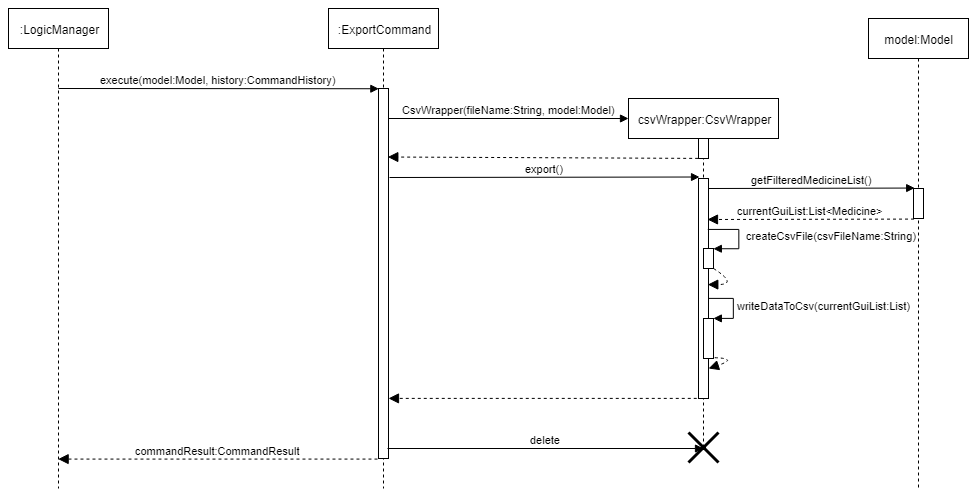
Above: docs/images/ExportCommandSequenceDiagramOverview.png in nus-cs2103-AY1819S2/addressbook-level4 (draw.io), before the change. Source tidied: cells renumbered, new cells last; positions are measured from the earlier drawing's top-left corner, leaving out a move shared by most shapes.
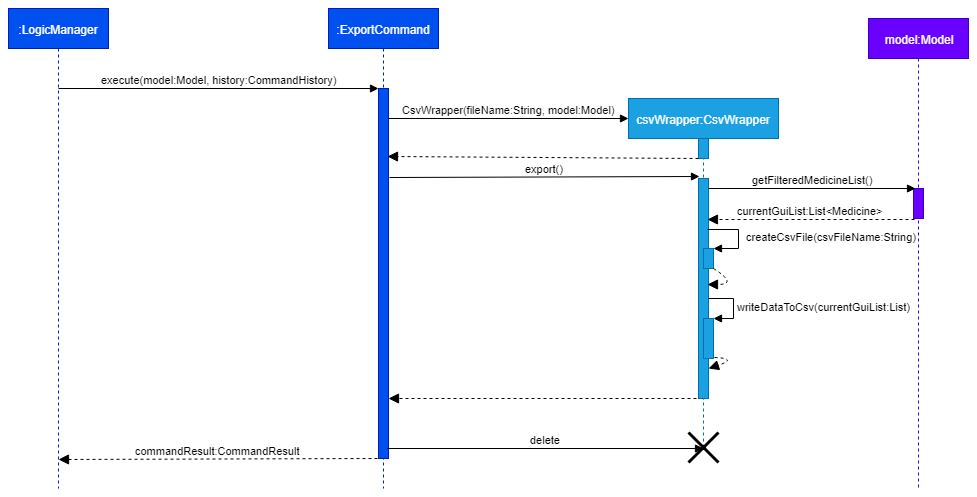
After the change.

Commit message:
Update ExportCommandSequenceDiagramOverview.png with main colour scheme

Update ExportCommandSequenceDiagramOverview.png with main colour scheme (Based on architecture diagram):
Anything related to Logic component: Dark blue
Anything related to Model component: Purple
Anything related to UI component: Green
Anything related to Storage component: Orange
Anything related to Commons component: Light blue
Anything related to Main: Red

The edit, as a diff of the source:
```diff
@@ -2,13 +2,13 @@
   <root>
     <mxCell id="0" />
     <mxCell id="1" parent="0" />
-    <mxCell id="2" value="model:Model" style="shape=umlLifeline;perimeter=lifelinePerimeter;whiteSpace=wrap;html=1;" parent="1" vertex="1">
+    <mxCell id="2" value="model:Model" style="shape=umlLifeline;perimeter=lifelinePerimeter;whiteSpace=wrap;html=1;fillColor=#6a00ff;strokeColor=#3700CC;fontColor=#ffffff;" parent="1" vertex="1">
       <mxGeometry x="860" y="10" width="100" height="470" as="geometry" />
     </mxCell>
-    <mxCell id="3" style="html=1;points=[];perimeter=orthogonalPerimeter;" parent="2" vertex="1">
+    <mxCell id="3" style="html=1;points=[];perimeter=orthogonalPerimeter;fillColor=#6a00ff;strokeColor=#3700CC;fontColor=#ffffff;" parent="2" vertex="1">
       <mxGeometry x="45" y="170" width="10" height="30" as="geometry" />
     </mxCell>
-    <mxCell id="4" value=":LogicManager" style="shape=umlLifeline;perimeter=lifelinePerimeter;whiteSpace=wrap;html=1;outlineConnect=0;" parent="1" vertex="1">
+    <mxCell id="4" value=":LogicManager" style="shape=umlLifeline;perimeter=lifelinePerimeter;whiteSpace=wrap;html=1;outlineConnect=0;fillColor=#0050ef;strokeColor=#001DBC;fontColor=#ffffff;" parent="1" vertex="1">
       <mxGeometry width="100" height="480" as="geometry" />
     </mxCell>
     <mxCell id="5" value="execute(model:Model, history:CommandHistory)" style="html=1;verticalAlign=bottom;endArrow=block;entryX=0;entryY=0;entryDx=0;entryDy=0;entryPerimeter=0;" parent="4" edge="1" target="7">
@@ -16,19 +16,19 @@
         <mxPoint x="50" y="80" as="sourcePoint" />
       </mxGeometry>
     </mxCell>
-    <mxCell id="6" value=":ExportCommand" style="shape=umlLifeline;perimeter=lifelinePerimeter;whiteSpace=wrap;html=1;" parent="1" vertex="1">
+    <mxCell id="6" value=":ExportCommand" style="shape=umlLifeline;perimeter=lifelinePerimeter;whiteSpace=wrap;html=1;fillColor=#0050ef;strokeColor=#001DBC;fontColor=#ffffff;" parent="1" vertex="1">
       <mxGeometry x="320" width="110" height="480" as="geometry" />
     </mxCell>
-    <mxCell id="7" style="html=1;points=[];perimeter=orthogonalPerimeter;" parent="6" vertex="1">
+    <mxCell id="7" style="html=1;points=[];perimeter=orthogonalPerimeter;fillColor=#0050ef;strokeColor=#001DBC;fontColor=#ffffff;" parent="6" vertex="1">
       <mxGeometry x="50" y="80" width="10" height="370" as="geometry" />
     </mxCell>
-    <mxCell id="8" value="csvWrapper:CsvWrapper" style="shape=umlLifeline;perimeter=lifelinePerimeter;whiteSpace=wrap;html=1;" parent="1" vertex="1">
+    <mxCell id="8" value="csvWrapper:CsvWrapper" style="shape=umlLifeline;perimeter=lifelinePerimeter;whiteSpace=wrap;html=1;fillColor=#1ba1e2;strokeColor=#006EAF;fontColor=#ffffff;" parent="1" vertex="1">
       <mxGeometry x="620" y="90" width="150" height="350" as="geometry" />
     </mxCell>
-    <mxCell id="9" style="html=1;points=[];perimeter=orthogonalPerimeter;" parent="8" vertex="1">
+    <mxCell id="9" style="html=1;points=[];perimeter=orthogonalPerimeter;fillColor=#1ba1e2;strokeColor=#006EAF;fontColor=#ffffff;" parent="8" vertex="1">
       <mxGeometry x="70" y="40" width="10" height="20" as="geometry" />
     </mxCell>
-    <mxCell id="10" style="html=1;points=[];perimeter=orthogonalPerimeter;" parent="8" vertex="1">
+    <mxCell id="10" style="html=1;points=[];perimeter=orthogonalPerimeter;fillColor=#1ba1e2;strokeColor=#006EAF;fontColor=#ffffff;" parent="8" vertex="1">
       <mxGeometry x="70" y="80" width="10" height="220" as="geometry" />
     </mxCell>
     <mxCell id="11" value="getFilteredMedicineList()" style="html=1;verticalAlign=bottom;endArrow=block;strokeColor=#000000;entryX=0.155;entryY=-0.006;entryDx=0;entryDy=0;entryPerimeter=0;" parent="8" edge="1" target="3">
@@ -36,7 +36,7 @@
         <mxPoint x="80" y="90" as="sourcePoint" />
       </mxGeometry>
     </mxCell>
-    <mxCell id="12" style="html=1;points=[];perimeter=orthogonalPerimeter;" parent="8" vertex="1">
+    <mxCell id="12" style="html=1;points=[];perimeter=orthogonalPerimeter;fillColor=#1ba1e2;strokeColor=#006EAF;fontColor=#ffffff;" parent="8" vertex="1">
       <mxGeometry x="75" y="150" width="10" height="20" as="geometry" />
     </mxCell>
     <mxCell id="13" value="createCsvFile(csvFileName:String)&lt;br&gt;" style="edgeStyle=orthogonalEdgeStyle;html=1;align=left;spacingLeft=6;endArrow=block;rounded=0;entryX=1;entryY=0;strokeColor=#000000;" parent="8" edge="1" target="12">
@@ -56,7 +56,7 @@
         </Array>
       </mxGeometry>
     </mxCell>
-    <mxCell id="15" style="html=1;points=[];perimeter=orthogonalPerimeter;" parent="8" vertex="1">
+    <mxCell id="15" style="html=1;points=[];perimeter=orthogonalPerimeter;fillColor=#1ba1e2;strokeColor=#006EAF;fontColor=#ffffff;" parent="8" vertex="1">
       <mxGeometry x="75" y="220" width="10" height="40" as="geometry" />
     </mxCell>
     <mxCell id="16" value="writeDataToCsv(currentGuiList:List)" style="edgeStyle=orthogonalEdgeStyle;html=1;align=left;spacingLeft=2;endArrow=block;rounded=0;entryX=1;entryY=0;strokeColor=#000000;spacingRight=0;" parent="8" edge="1" target="15">
```
